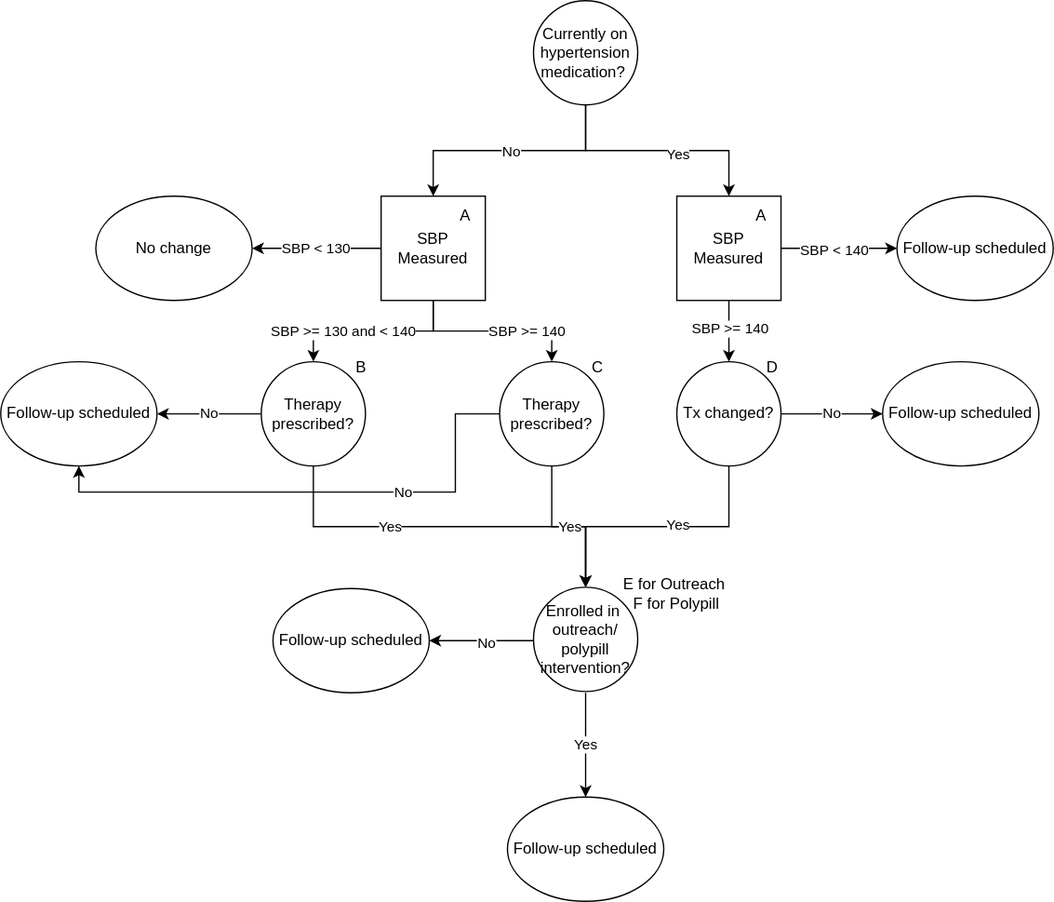
This is docs/source/concept_models/vivarium_us_cvd/sbp_ramp_all.svg from ihmeuw/vivarium_research, a draw.io export, as it was before one commit. Source tidied: cells renumbered, new cells last; positions are measured from the earlier drawing's top-left corner, leaving out a move shared by most shapes. Source of this version:
```xml
<mxGraphModel>
  <root>
    <mxCell id="0" />
    <mxCell id="1" parent="0" />
    <mxCell id="2" value="SBP Measured" style="whiteSpace=wrap;html=1;" parent="1" vertex="1">
      <mxGeometry x="292" y="150" width="80" height="80" as="geometry" />
    </mxCell>
    <mxCell id="3" value="No" style="edgeStyle=orthogonalEdgeStyle;rounded=0;jettySize=auto;html=1;exitX=1;exitY=0.5;exitDx=0;exitDy=0;entryX=0;entryY=0.5;entryDx=0;entryDy=0;" parent="1" edge="1" source="9" target="6">
      <mxGeometry relative="1" as="geometry" />
    </mxCell>
    <mxCell id="4" style="edgeStyle=orthogonalEdgeStyle;rounded=0;jettySize=auto;html=1;exitX=0.5;exitY=1;exitDx=0;exitDy=0;entryX=0.5;entryY=0;entryDx=0;entryDy=0;" parent="1" edge="1" source="9" target="32">
      <mxGeometry relative="1" as="geometry" />
    </mxCell>
    <mxCell id="5" value="Yes" style="edgeLabel;html=1;align=center;verticalAlign=middle;" parent="4" vertex="1">
      <mxGeometry x="-0.79" relative="1" as="geometry">
        <mxPoint x="-40" y="22" as="offset" />
      </mxGeometry>
    </mxCell>
    <mxCell id="6" value="Follow-up scheduled" style="ellipse;whiteSpace=wrap;html=1;" parent="1" vertex="1">
      <mxGeometry x="677" y="277" width="120" height="80" as="geometry" />
    </mxCell>
    <mxCell id="7" style="edgeStyle=orthogonalEdgeStyle;rounded=0;orthogonalLoop=1;jettySize=auto;html=1;exitX=0.5;exitY=1;exitDx=0;exitDy=0;entryX=0.5;entryY=0;entryDx=0;entryDy=0;" parent="1" edge="1">
      <mxGeometry relative="1" as="geometry">
        <mxPoint x="708" y="570" as="sourcePoint" />
      </mxGeometry>
    </mxCell>
    <mxCell id="8" value="50% chance" style="edgeLabel;html=1;align=center;verticalAlign=middle;" parent="7" vertex="1">
      <mxGeometry x="0.69" relative="1" as="geometry" />
    </mxCell>
    <mxCell id="9" value="Tx changed?" style="ellipse;whiteSpace=wrap;html=1;" parent="1" vertex="1">
      <mxGeometry x="519" y="277" width="80" height="80" as="geometry" />
    </mxCell>
    <mxCell id="10" value="D" style="text;html=1;strokeColor=none;fillColor=none;align=center;verticalAlign=middle;whiteSpace=wrap;rounded=0;" parent="1" vertex="1">
      <mxGeometry x="577" y="267" width="31" height="30" as="geometry" />
    </mxCell>
    <mxCell id="11" value="Follow-up scheduled" style="ellipse;whiteSpace=wrap;html=1;" parent="1" vertex="1">
      <mxGeometry x="688" y="150" width="120" height="80" as="geometry" />
    </mxCell>
    <mxCell id="12" style="edgeStyle=orthogonalEdgeStyle;rounded=0;jettySize=auto;html=1;entryX=0.5;entryY=0;entryDx=0;entryDy=0;exitX=0.5;exitY=1;exitDx=0;exitDy=0;" parent="1" edge="1" source="2" target="28">
      <mxGeometry relative="1" as="geometry" />
    </mxCell>
    <mxCell id="13" value="SBP &amp;gt;= 130 and &amp;lt; 140" style="edgeLabel;html=1;align=center;verticalAlign=middle;" parent="12" vertex="1">
      <mxGeometry x="-0.13" y="-1" relative="1" as="geometry">
        <mxPoint x="-32" y="1" as="offset" />
      </mxGeometry>
    </mxCell>
    <mxCell id="14" value="SBP &amp;gt;= 140" style="edgeStyle=orthogonalEdgeStyle;rounded=0;jettySize=auto;html=1;exitX=0.5;exitY=1;exitDx=0;exitDy=0;entryX=0.5;entryY=0;entryDx=0;entryDy=0;startArrow=none;" parent="1" edge="1" source="2" target="29">
      <mxGeometry x="0.38" relative="1" as="geometry" />
    </mxCell>
    <mxCell id="15" value="SBP &amp;lt; 130" style="edgeStyle=orthogonalEdgeStyle;rounded=0;jettySize=auto;html=1;exitX=0;exitY=0.5;exitDx=0;exitDy=0;entryX=1;entryY=0.5;entryDx=0;entryDy=0;" parent="1" edge="1" source="2" target="19">
      <mxGeometry relative="1" as="geometry" />
    </mxCell>
    <mxCell id="16" style="edgeStyle=orthogonalEdgeStyle;rounded=0;jettySize=auto;html=1;entryX=0.5;entryY=0;entryDx=0;entryDy=0;exitX=0.5;exitY=1;exitDx=0;exitDy=0;" parent="1" edge="1" source="28" target="32">
      <mxGeometry relative="1" as="geometry" />
    </mxCell>
    <mxCell id="17" value="Yes" style="edgeLabel;html=1;align=center;verticalAlign=middle;" parent="16" vertex="1">
      <mxGeometry x="-0.07" relative="1" as="geometry">
        <mxPoint x="-35" as="offset" />
      </mxGeometry>
    </mxCell>
    <mxCell id="18" value="No" style="edgeStyle=orthogonalEdgeStyle;rounded=0;jettySize=auto;html=1;exitX=0;exitY=0.5;exitDx=0;exitDy=0;" parent="1" edge="1" target="20">
      <mxGeometry relative="1" as="geometry">
        <mxPoint x="200" y="317" as="sourcePoint" />
        <Array as="points">
          <mxPoint x="160" y="317" />
          <mxPoint x="160" y="317" />
        </Array>
      </mxGeometry>
    </mxCell>
    <mxCell id="19" value="No change" style="ellipse;whiteSpace=wrap;html=1;" parent="1" vertex="1">
      <mxGeometry x="73" y="150" width="120" height="80" as="geometry" />
    </mxCell>
    <mxCell id="20" value="Follow-up scheduled" style="ellipse;whiteSpace=wrap;html=1;" parent="1" vertex="1">
      <mxGeometry y="277" width="120" height="80" as="geometry" />
    </mxCell>
    <mxCell id="21" style="edgeStyle=orthogonalEdgeStyle;rounded=0;jettySize=auto;html=1;exitX=0;exitY=0.5;exitDx=0;exitDy=0;entryX=1;entryY=0.5;entryDx=0;entryDy=0;" parent="1" edge="1" target="24">
      <mxGeometry relative="1" as="geometry">
        <mxPoint x="409" y="491" as="sourcePoint" />
      </mxGeometry>
    </mxCell>
    <mxCell id="22" value="No" style="edgeLabel;html=1;align=center;verticalAlign=middle;" parent="21" vertex="1">
      <mxGeometry x="-0.07" y="1" relative="1" as="geometry" />
    </mxCell>
    <mxCell id="23" value="Yes" style="edgeStyle=orthogonalEdgeStyle;rounded=0;orthogonalLoop=1;jettySize=auto;html=1;exitX=0.5;exitY=1;exitDx=0;exitDy=0;" parent="1" edge="1">
      <mxGeometry relative="1" as="geometry">
        <mxPoint x="449" y="531" as="sourcePoint" />
        <mxPoint x="449" y="611" as="targetPoint" />
      </mxGeometry>
    </mxCell>
    <mxCell id="24" value="Follow-up scheduled" style="ellipse;whiteSpace=wrap;html=1;" parent="1" vertex="1">
      <mxGeometry x="209" y="451" width="120" height="80" as="geometry" />
    </mxCell>
    <mxCell id="25" value="Follow-up scheduled" style="ellipse;whiteSpace=wrap;html=1;" parent="1" vertex="1">
      <mxGeometry x="389" y="611" width="120" height="80" as="geometry" />
    </mxCell>
    <mxCell id="26" value="Yes" style="edgeStyle=orthogonalEdgeStyle;rounded=0;jettySize=auto;html=1;entryX=0.5;entryY=0;entryDx=0;entryDy=0;exitX=0.5;exitY=1;exitDx=0;exitDy=0;" parent="1" edge="1" source="29" target="32">
      <mxGeometry relative="1" as="geometry" />
    </mxCell>
    <mxCell id="27" value="No" style="edgeStyle=orthogonalEdgeStyle;rounded=0;jettySize=auto;html=1;exitX=0;exitY=0.5;exitDx=0;exitDy=0;entryX=0.5;entryY=1;entryDx=0;entryDy=0;" parent="1" edge="1" source="29" target="20">
      <mxGeometry x="-0.34" relative="1" as="geometry">
        <Array as="points">
          <mxPoint x="349" y="317" />
          <mxPoint x="349" y="377" />
          <mxPoint x="60" y="377" />
        </Array>
      </mxGeometry>
    </mxCell>
    <mxCell id="28" value="Therapy prescribed?" style="ellipse;whiteSpace=wrap;html=1;" parent="1" vertex="1">
      <mxGeometry x="200" y="277" width="80" height="80" as="geometry" />
    </mxCell>
    <mxCell id="29" value="Therapy prescribed?" style="ellipse;whiteSpace=wrap;html=1;" parent="1" vertex="1">
      <mxGeometry x="383" y="277" width="80" height="80" as="geometry" />
    </mxCell>
    <mxCell id="30" value="B" style="text;html=1;strokeColor=none;fillColor=none;align=center;verticalAlign=middle;whiteSpace=wrap;rounded=0;" parent="1" vertex="1">
      <mxGeometry x="262" y="267" width="30" height="30" as="geometry" />
    </mxCell>
    <mxCell id="31" value="C" style="text;html=1;strokeColor=none;fillColor=none;align=center;verticalAlign=middle;whiteSpace=wrap;rounded=0;" parent="1" vertex="1">
      <mxGeometry x="444" y="267" width="29" height="30" as="geometry" />
    </mxCell>
    <mxCell id="32" value="Enrolled in&amp;nbsp; outreach/ polypill intervention?" style="ellipse;whiteSpace=wrap;html=1;" parent="1" vertex="1">
      <mxGeometry x="409" y="450" width="80" height="80" as="geometry" />
    </mxCell>
    <mxCell id="33" value="E for Outreach&amp;nbsp;&lt;br&gt;F for Polypill" style="text;html=1;strokeColor=none;fillColor=none;align=center;verticalAlign=middle;whiteSpace=wrap;rounded=0;" parent="1" vertex="1">
      <mxGeometry x="469" y="440" width="100" height="30" as="geometry" />
    </mxCell>
    <mxCell id="34" style="edgeStyle=orthogonalEdgeStyle;rounded=0;jettySize=auto;html=1;entryX=0.5;entryY=0;entryDx=0;entryDy=0;exitX=0.5;exitY=1;exitDx=0;exitDy=0;" parent="1" edge="1" source="39" target="9">
      <mxGeometry relative="1" as="geometry" />
    </mxCell>
    <mxCell id="35" value="SBP &amp;gt;= 140" style="edgeLabel;html=1;align=center;verticalAlign=middle;" parent="34" vertex="1">
      <mxGeometry x="-0.13" y="-1" relative="1" as="geometry">
        <mxPoint x="1" as="offset" />
      </mxGeometry>
    </mxCell>
    <mxCell id="36" value="Currently on hypertension medication?&amp;nbsp;" style="ellipse;whiteSpace=wrap;html=1;" parent="1" vertex="1">
      <mxGeometry x="409" width="80" height="80" as="geometry" />
    </mxCell>
    <mxCell id="37" style="edgeStyle=orthogonalEdgeStyle;rounded=0;jettySize=auto;html=1;exitX=0.5;exitY=1;exitDx=0;exitDy=0;entryX=0.5;entryY=0;entryDx=0;entryDy=0;" parent="1" edge="1" source="36" target="2">
      <mxGeometry relative="1" as="geometry" />
    </mxCell>
    <mxCell id="38" value="No" style="edgeLabel;html=1;align=center;verticalAlign=middle;" parent="37" vertex="1">
      <mxGeometry x="-0.13" y="-1" relative="1" as="geometry">
        <mxPoint x="-11" y="1" as="offset" />
      </mxGeometry>
    </mxCell>
    <mxCell id="39" value="SBP Measured" style="whiteSpace=wrap;html=1;" parent="1" vertex="1">
      <mxGeometry x="519" y="150" width="80" height="80" as="geometry" />
    </mxCell>
    <mxCell id="40" style="edgeStyle=orthogonalEdgeStyle;rounded=0;jettySize=auto;html=1;entryX=0.5;entryY=0;entryDx=0;entryDy=0;exitX=0.5;exitY=1;exitDx=0;exitDy=0;" parent="1" edge="1" source="36" target="39">
      <mxGeometry relative="1" as="geometry" />
    </mxCell>
    <mxCell id="41" value="Yes" style="edgeLabel;html=1;align=center;verticalAlign=middle;" parent="40" vertex="1">
      <mxGeometry x="-0.13" y="-1" relative="1" as="geometry">
        <mxPoint x="26" y="1" as="offset" />
      </mxGeometry>
    </mxCell>
    <mxCell id="42" style="edgeStyle=orthogonalEdgeStyle;rounded=0;jettySize=auto;html=1;entryX=0;entryY=0.5;entryDx=0;entryDy=0;exitX=1;exitY=0.5;exitDx=0;exitDy=0;" parent="1" edge="1" source="39" target="11">
      <mxGeometry relative="1" as="geometry" />
    </mxCell>
    <mxCell id="43" value="SBP &amp;lt; 140" style="edgeLabel;html=1;align=center;verticalAlign=middle;" parent="42" vertex="1">
      <mxGeometry x="-0.13" y="-1" relative="1" as="geometry">
        <mxPoint x="1" as="offset" />
      </mxGeometry>
    </mxCell>
    <mxCell id="44" value="A" style="text;html=1;strokeColor=none;fillColor=none;align=center;verticalAlign=middle;whiteSpace=wrap;rounded=0;" parent="1" vertex="1">
      <mxGeometry x="342" y="150" width="30" height="30" as="geometry" />
    </mxCell>
    <mxCell id="45" value="A" style="text;html=1;strokeColor=none;fillColor=none;align=center;verticalAlign=middle;whiteSpace=wrap;rounded=0;" parent="1" vertex="1">
      <mxGeometry x="569" y="150" width="30" height="30" as="geometry" />
    </mxCell>
  </root>
</mxGraphModel>
```
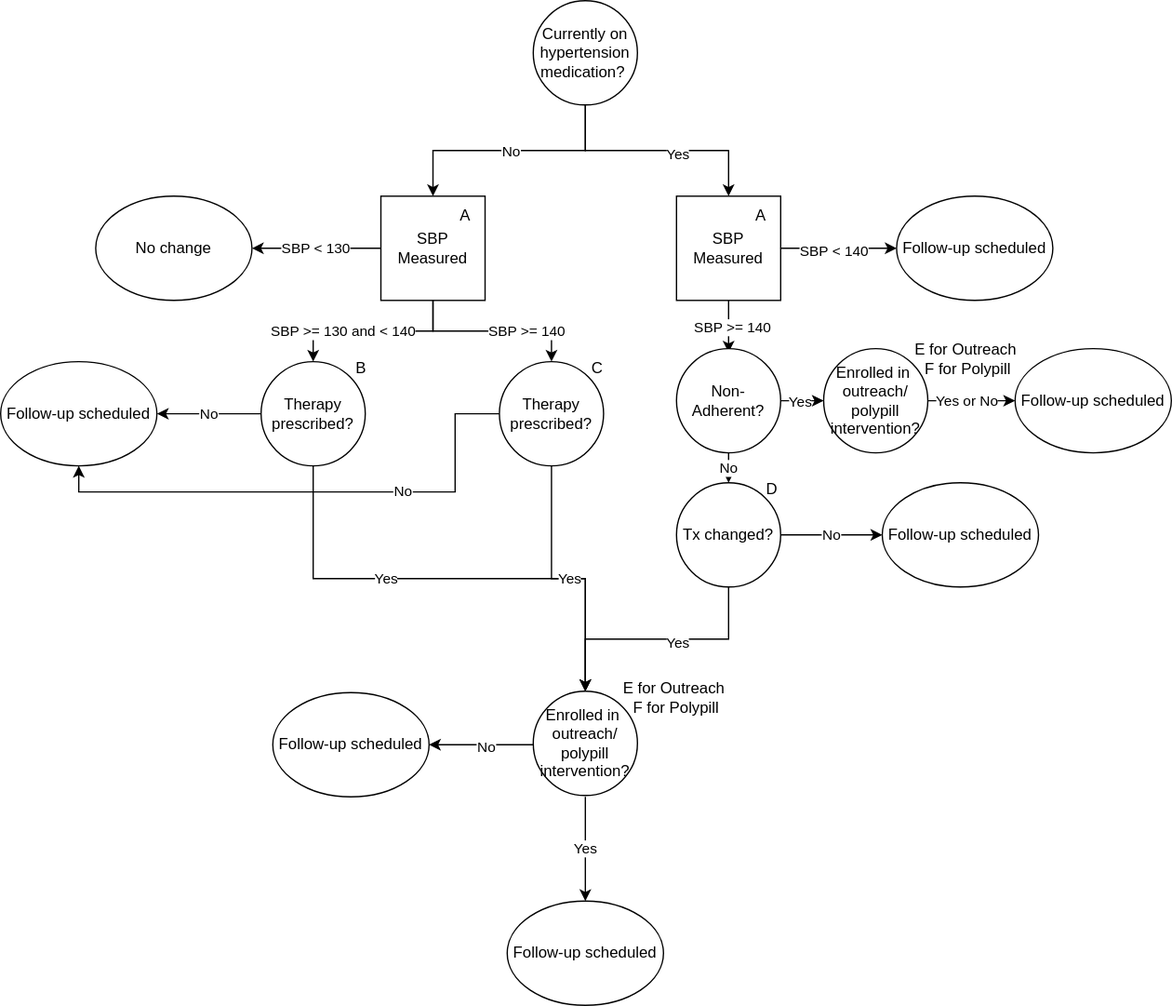
After the change.

Commit message:
Updating SBP and LDL-C ramps to allow non-adherent folks on interventions

Diff of the diagram source:
```diff
@@ -17,7 +17,7 @@
       </mxGeometry>
     </mxCell>
     <mxCell id="6" value="Follow-up scheduled" style="ellipse;whiteSpace=wrap;html=1;" parent="1" vertex="1">
-      <mxGeometry x="677" y="277" width="120" height="80" as="geometry" />
+      <mxGeometry x="677" y="370" width="120" height="80" as="geometry" />
     </mxCell>
     <mxCell id="7" style="edgeStyle=orthogonalEdgeStyle;rounded=0;orthogonalLoop=1;jettySize=auto;html=1;exitX=0.5;exitY=1;exitDx=0;exitDy=0;entryX=0.5;entryY=0;entryDx=0;entryDy=0;" parent="1" edge="1">
       <mxGeometry relative="1" as="geometry">
@@ -28,10 +28,10 @@
       <mxGeometry x="0.69" relative="1" as="geometry" />
     </mxCell>
     <mxCell id="9" value="Tx changed?" style="ellipse;whiteSpace=wrap;html=1;" parent="1" vertex="1">
-      <mxGeometry x="519" y="277" width="80" height="80" as="geometry" />
+      <mxGeometry x="519" y="370" width="80" height="80" as="geometry" />
     </mxCell>
     <mxCell id="10" value="D" style="text;html=1;strokeColor=none;fillColor=none;align=center;verticalAlign=middle;whiteSpace=wrap;rounded=0;" parent="1" vertex="1">
-      <mxGeometry x="577" y="267" width="31" height="30" as="geometry" />
+      <mxGeometry x="577" y="360" width="31" height="30" as="geometry" />
     </mxCell>
     <mxCell id="11" value="Follow-up scheduled" style="ellipse;whiteSpace=wrap;html=1;" parent="1" vertex="1">
       <mxGeometry x="688" y="150" width="120" height="80" as="geometry" />
@@ -75,7 +75,7 @@
     </mxCell>
     <mxCell id="21" style="edgeStyle=orthogonalEdgeStyle;rounded=0;jettySize=auto;html=1;exitX=0;exitY=0.5;exitDx=0;exitDy=0;entryX=1;entryY=0.5;entryDx=0;entryDy=0;" parent="1" edge="1" target="24">
       <mxGeometry relative="1" as="geometry">
-        <mxPoint x="409" y="491" as="sourcePoint" />
+        <mxPoint x="409" y="571" as="sourcePoint" />
       </mxGeometry>
     </mxCell>
     <mxCell id="22" value="No" style="edgeLabel;html=1;align=center;verticalAlign=middle;" parent="21" vertex="1">
@@ -83,15 +83,15 @@
     </mxCell>
     <mxCell id="23" value="Yes" style="edgeStyle=orthogonalEdgeStyle;rounded=0;orthogonalLoop=1;jettySize=auto;html=1;exitX=0.5;exitY=1;exitDx=0;exitDy=0;" parent="1" edge="1">
       <mxGeometry relative="1" as="geometry">
-        <mxPoint x="449" y="531" as="sourcePoint" />
-        <mxPoint x="449" y="611" as="targetPoint" />
+        <mxPoint x="449" y="611" as="sourcePoint" />
+        <mxPoint x="449" y="691" as="targetPoint" />
       </mxGeometry>
     </mxCell>
     <mxCell id="24" value="Follow-up scheduled" style="ellipse;whiteSpace=wrap;html=1;" parent="1" vertex="1">
-      <mxGeometry x="209" y="451" width="120" height="80" as="geometry" />
+      <mxGeometry x="209" y="531" width="120" height="80" as="geometry" />
     </mxCell>
     <mxCell id="25" value="Follow-up scheduled" style="ellipse;whiteSpace=wrap;html=1;" parent="1" vertex="1">
-      <mxGeometry x="389" y="611" width="120" height="80" as="geometry" />
+      <mxGeometry x="389" y="691" width="120" height="80" as="geometry" />
     </mxCell>
     <mxCell id="26" value="Yes" style="edgeStyle=orthogonalEdgeStyle;rounded=0;jettySize=auto;html=1;entryX=0.5;entryY=0;entryDx=0;entryDy=0;exitX=0.5;exitY=1;exitDx=0;exitDy=0;" parent="1" edge="1" source="29" target="32">
       <mxGeometry relative="1" as="geometry" />
@@ -118,12 +118,12 @@
       <mxGeometry x="444" y="267" width="29" height="30" as="geometry" />
     </mxCell>
     <mxCell id="32" value="Enrolled in&amp;nbsp; outreach/ polypill intervention?" style="ellipse;whiteSpace=wrap;html=1;" parent="1" vertex="1">
-      <mxGeometry x="409" y="450" width="80" height="80" as="geometry" />
+      <mxGeometry x="409" y="530" width="80" height="80" as="geometry" />
     </mxCell>
     <mxCell id="33" value="E for Outreach&amp;nbsp;&lt;br&gt;F for Polypill" style="text;html=1;strokeColor=none;fillColor=none;align=center;verticalAlign=middle;whiteSpace=wrap;rounded=0;" parent="1" vertex="1">
-      <mxGeometry x="469" y="440" width="100" height="30" as="geometry" />
+      <mxGeometry x="469" y="520" width="100" height="30" as="geometry" />
     </mxCell>
-    <mxCell id="34" style="edgeStyle=orthogonalEdgeStyle;rounded=0;jettySize=auto;html=1;entryX=0.5;entryY=0;entryDx=0;entryDy=0;exitX=0.5;exitY=1;exitDx=0;exitDy=0;" parent="1" edge="1" source="39" target="9">
+    <mxCell id="34" style="edgeStyle=orthogonalEdgeStyle;rounded=0;jettySize=auto;html=1;exitX=0.5;exitY=1;exitDx=0;exitDy=0;entryX=0.5;entryY=0.038;entryDx=0;entryDy=0;entryPerimeter=0;" parent="1" edge="1" source="39" target="48">
       <mxGeometry relative="1" as="geometry" />
     </mxCell>
     <mxCell id="35" value="SBP &amp;gt;= 140" style="edgeLabel;html=1;align=center;verticalAlign=middle;" parent="34" vertex="1">
@@ -167,5 +167,31 @@
     <mxCell id="45" value="A" style="text;html=1;strokeColor=none;fillColor=none;align=center;verticalAlign=middle;whiteSpace=wrap;rounded=0;" parent="1" vertex="1">
       <mxGeometry x="569" y="150" width="30" height="30" as="geometry" />
     </mxCell>
+    <mxCell id="46" value="Enrolled in&amp;nbsp; outreach/ polypill intervention?" style="ellipse;whiteSpace=wrap;html=1;" parent="1" vertex="1">
+      <mxGeometry x="632" y="267" width="80" height="80" as="geometry" />
+    </mxCell>
+    <mxCell id="47" value="E for Outreach&amp;nbsp;&lt;br&gt;F for Polypill" style="text;html=1;strokeColor=none;fillColor=none;align=center;verticalAlign=middle;whiteSpace=wrap;rounded=0;" parent="1" vertex="1">
+      <mxGeometry x="693" y="260" width="100" height="30" as="geometry" />
+    </mxCell>
+    <mxCell id="48" value="Non-Adherent?" style="ellipse;whiteSpace=wrap;html=1;" parent="1" vertex="1">
+      <mxGeometry x="519" y="267" width="80" height="80" as="geometry" />
+    </mxCell>
+    <mxCell id="49" value="No" style="edgeStyle=orthogonalEdgeStyle;rounded=0;jettySize=auto;html=1;exitX=0.5;exitY=1;exitDx=0;exitDy=0;entryX=0.5;entryY=0;entryDx=0;entryDy=0;" parent="1" edge="1" source="48" target="9">
+      <mxGeometry relative="1" as="geometry" />
+    </mxCell>
+    <mxCell id="50" style="edgeStyle=orthogonalEdgeStyle;rounded=0;jettySize=auto;html=1;exitX=1;exitY=0.5;exitDx=0;exitDy=0;entryX=0;entryY=0.5;entryDx=0;entryDy=0;" parent="1" edge="1" source="48" target="46">
+      <mxGeometry relative="1" as="geometry" />
+    </mxCell>
+    <mxCell id="51" value="Yes" style="edgeLabel;html=1;align=center;verticalAlign=middle;" parent="50" vertex="1">
+      <mxGeometry x="-0.07" relative="1" as="geometry">
+        <mxPoint x="-1" as="offset" />
+      </mxGeometry>
+    </mxCell>
+    <mxCell id="52" value="Yes or No" style="edgeStyle=orthogonalEdgeStyle;rounded=0;jettySize=auto;html=1;exitX=1;exitY=0.5;exitDx=0;exitDy=0;entryX=0;entryY=0.5;entryDx=0;entryDy=0;" parent="1" edge="1" source="46" target="53">
+      <mxGeometry x="-0.1" relative="1" as="geometry" />
+    </mxCell>
+    <mxCell id="53" value="Follow-up scheduled" style="ellipse;whiteSpace=wrap;html=1;" parent="1" vertex="1">
+      <mxGeometry x="779" y="267" width="120" height="80" as="geometry" />
+    </mxCell>
   </root>
 </mxGraphModel>
```
